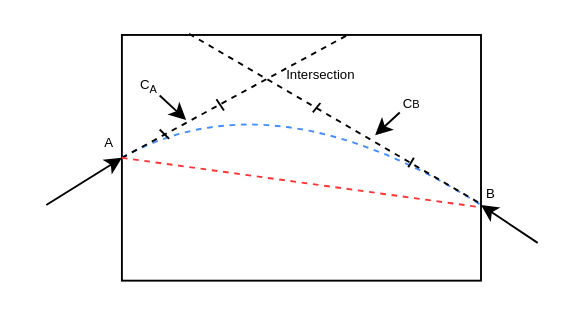
visioncortex/ShapeSense keeps this draw.io diagram as images/simple/intrapolate_same_side.drawio. Above is the earlier version. Source tidied: cells renumbered, new cells numbered last; positions are measured from the earlier drawing's top-left corner, leaving out a move shared by most shapes. Both pictures are drawn from the tidied source at 189%, with x=0, y=0 at pixel (45, 34).
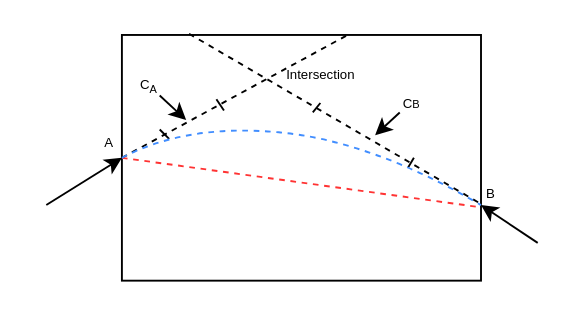
The same diagram, later.

Unchanged cells that the change refers to:
```xml
<mxCell id="3" style="rounded=0;whiteSpace=wrap;html=1;" parent="1" vertex="1">
  <mxGeometry x="40" width="190" height="130" as="geometry" />
</mxCell>
```

The edit, as a diff of the source:
```diff
@@
-    <mxCell id="5" style="curved=1;endArrow=none;html=1;rounded=0;endFill=0;exitX=0;exitY=0.5;exitDx=0;exitDy=0;dashed=1;strokeColor=#428EFF;" parent="1" edge="1" source="3">
-      <mxGeometry relative="1" as="geometry">
-        <mxPoint x="230" y="90" as="targetPoint" />
-        <Array as="points">
-          <mxPoint x="120" y="20" />
-        </Array>
-      </mxGeometry>
-    </mxCell>
@@
+    <mxCell id="20" style="curved=1;endArrow=none;html=1;rounded=0;endFill=0;exitX=0;exitY=0.5;exitDx=0;exitDy=0;dashed=1;strokeColor=#428EFF;" parent="1" edge="1" source="3">
+      <mxGeometry relative="1" as="geometry">
+        <mxPoint x="230" y="90" as="targetPoint" />
+        <Array as="points">
+          <mxPoint x="74" y="47" />
+          <mxPoint x="172" y="56" />
+        </Array>
+      </mxGeometry>
+    </mxCell>
```
